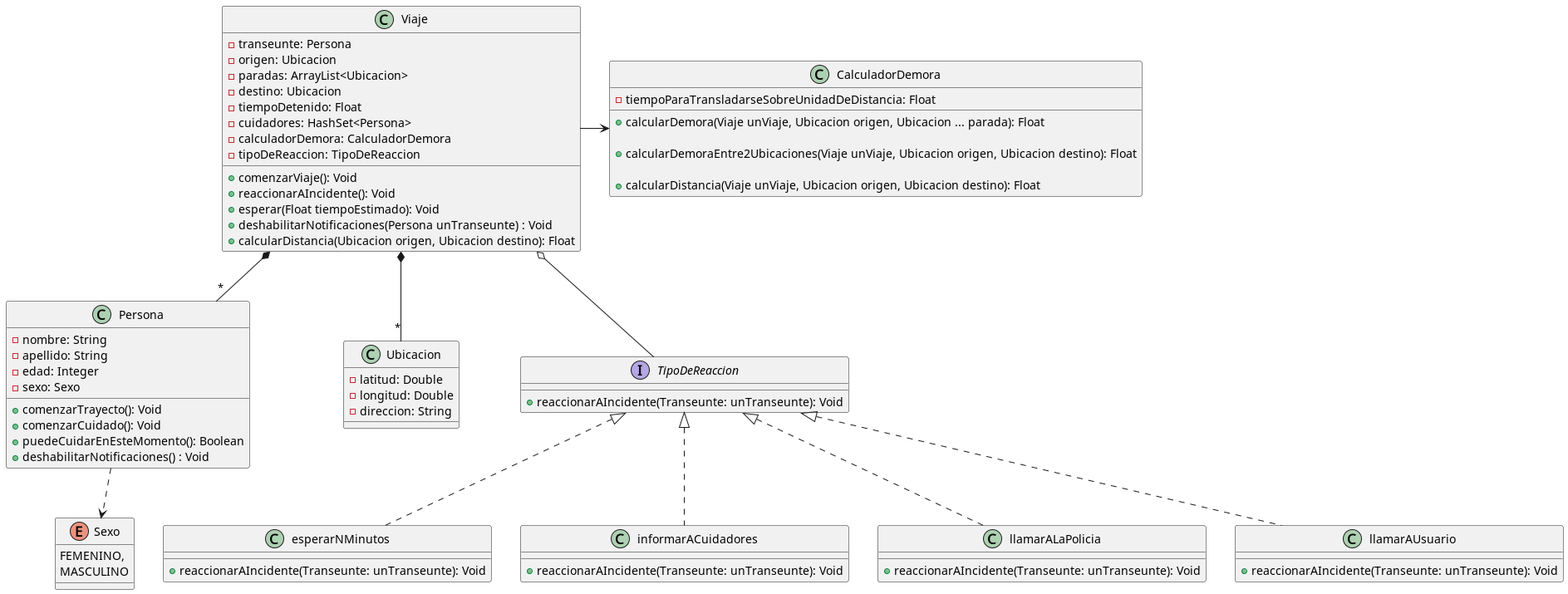
This is src/class-diagram.png from liamwilk/tp-cuidandonos, a PlantUML export, as it was before one commit.
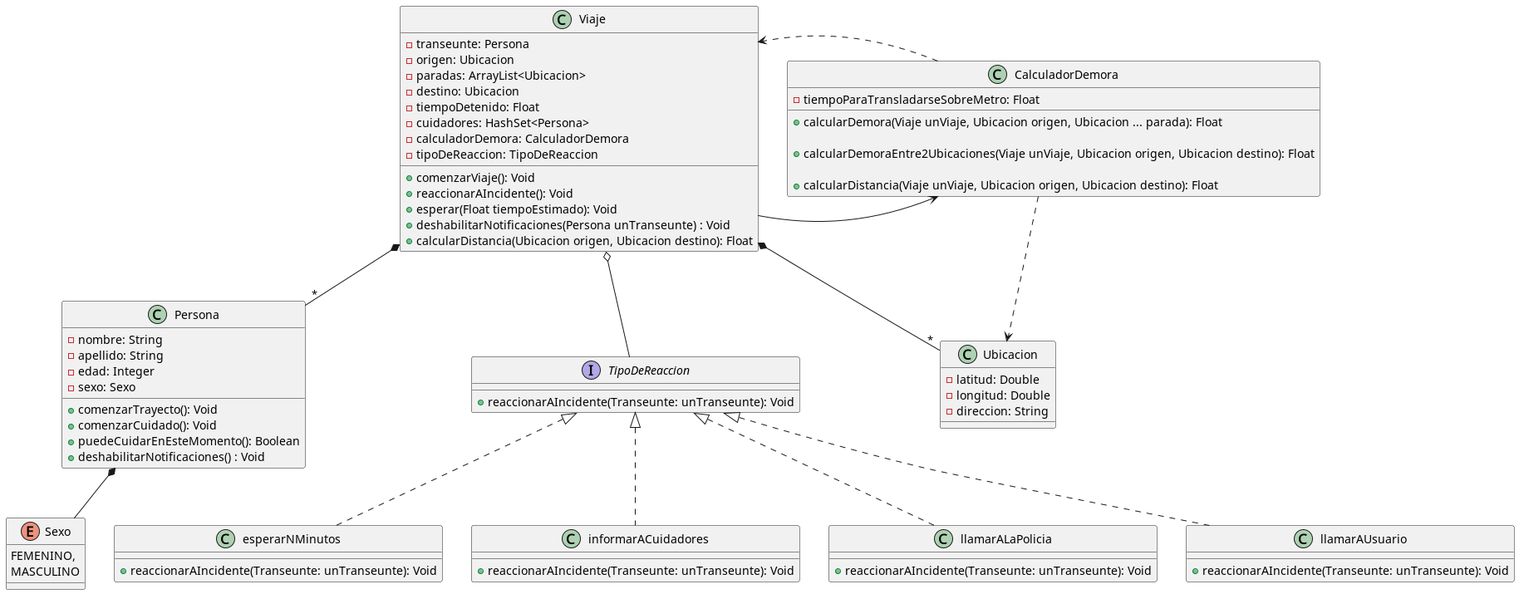
The same diagram one commit later.

Commit message:
fix: class-diagram.png Co-authored-by: AAMazzini03 <amazzini@frba.utn.edu.ar>

The edit, as a diff of the source:
```diff
@@ -1,10 +1,12 @@
 @startuml
 
-Persona ..> Sexo
+Persona *-- Sexo
 Viaje *-- "*" Persona
 Viaje *-- "*" Ubicacion
 Viaje o-- TipoDeReaccion
 Viaje -> CalculadorDemora
+CalculadorDemora ..> Ubicacion
+CalculadorDemora ..> Viaje
 
 class Persona{
     -nombre: String
@@ -41,7 +43,7 @@
 }
 
 class CalculadorDemora{
-    -tiempoParaTransladarseSobreUnidadDeDistancia: Float
+    -tiempoParaTransladarseSobreMetro: Float
 
     +calcularDemora(Viaje unViaje, Ubicacion origen, Ubicacion ... parada): Float
 
```
